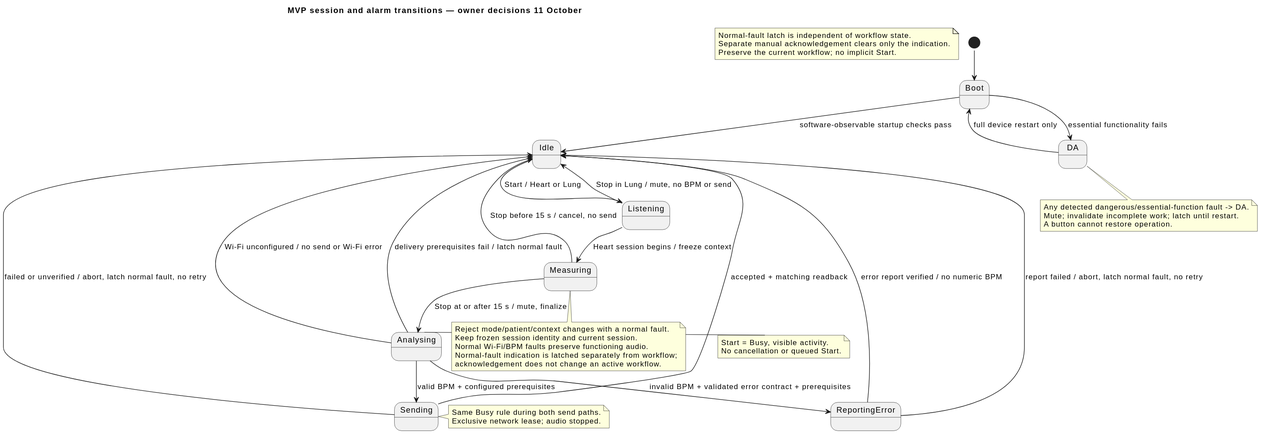
This is Development/system/architecture/rendered/mvp_session_state.svg from DemonicPsychoII/DigitalStethoscope, a PlantUML export, as it was before one commit.
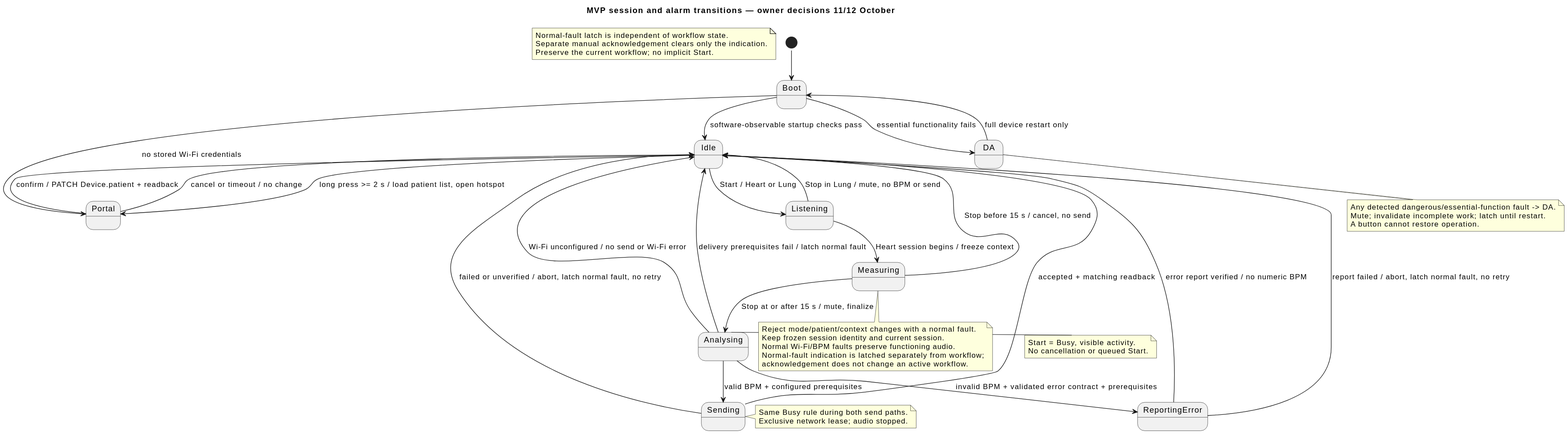
After the change.

The edit, as a diff of the source:
```diff
@@ -2,11 +2,15 @@
 !pragma layout smetana
 skinparam shadowing false
 skinparam defaultFontName SansSerif
-title MVP session and alarm transitions — owner decisions 11 October
+title MVP session and alarm transitions — owner decisions 11/12 October
 [*] --> Boot
 Boot --> Idle : software-observable startup checks pass
 Boot --> DA : essential functionality fails
 Idle --> Listening : Start / Heart or Lung
+Boot --> Portal : no stored Wi-Fi credentials
+Idle --> Portal : long press >= 2 s / load patient list, open hotspot
+Portal --> Idle : confirm / PATCH Device.patient + readback
+Portal --> Idle : cancel or timeout / no change
 Listening --> Measuring : Heart session begins / freeze context
 Listening --> Idle : Stop in Lung / mute, no BPM or send
 Measuring --> Idle : Stop before 15 s / cancel, no send
```
